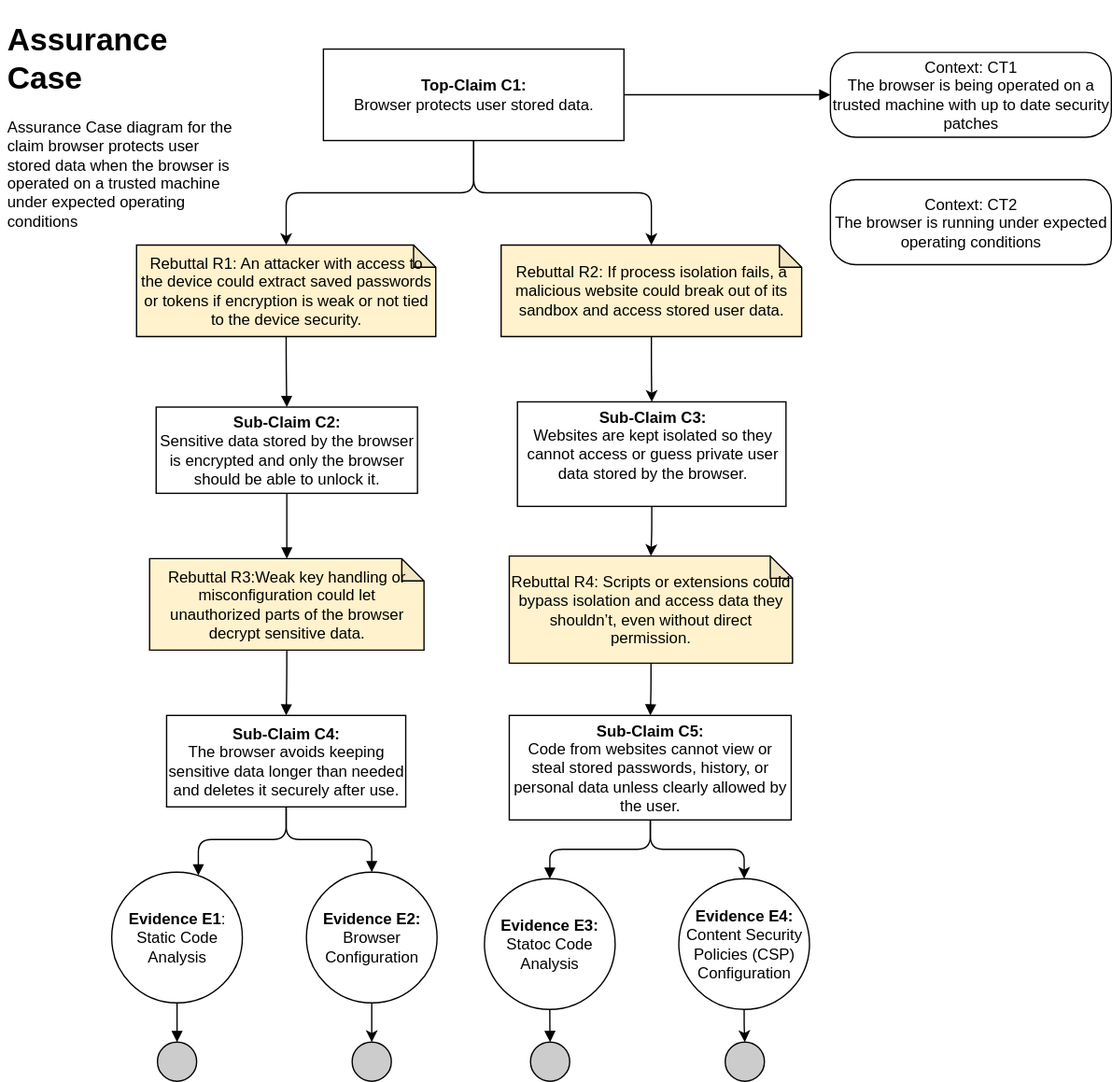
Before: docs/Navigate_URL_Assurance_Case.svg, a diagram exported from draw.io (chauler/CYBR8420-Team5-Project). Source tidied: cells renumbered, new cells last; positions are measured from the earlier drawing's top-left corner, leaving out a move shared by most shapes.
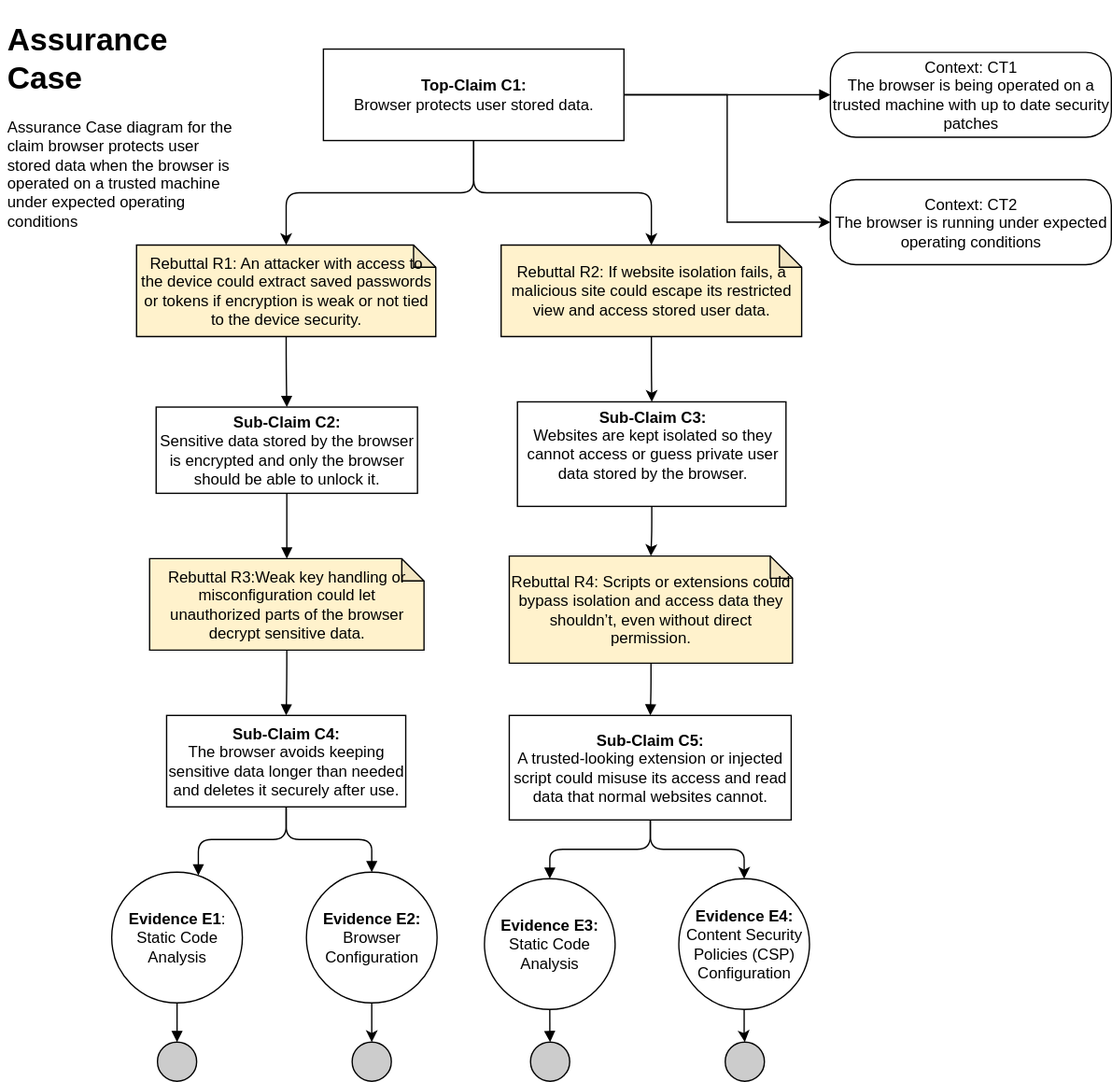
After the commit.

Commit message:
Update diagram based on feedback from Logan

Diff of the diagram source:
```diff
@@ -8,6 +8,9 @@
     <mxCell id="3" style="edgeStyle=orthogonalEdgeStyle;rounded=0;jettySize=auto;html=1;exitX=1;exitY=0.5;exitDx=0;exitDy=0;entryX=0;entryY=0.5;entryDx=0;entryDy=0;endArrow=block;endFill=1;" parent="1" edge="1" source="4" target="5">
       <mxGeometry relative="1" as="geometry" />
     </mxCell>
+    <mxCell id="39" style="edgeStyle=orthogonalEdgeStyle;rounded=0;jettySize=auto;html=1;entryX=0;entryY=0.5;entryDx=0;entryDy=0;" parent="1" edge="1" source="4" target="38">
+      <mxGeometry relative="1" as="geometry" />
+    </mxCell>
     <mxCell id="4" value="&lt;b&gt;Top-Claim C1:&lt;br&gt;&lt;/b&gt;&lt;span&gt;Browser protects user stored data.&lt;/span&gt;" style="rounded=0;whiteSpace=wrap;html=1;" parent="1" vertex="1">
       <mxGeometry x="247" y="27" width="230" height="70" as="geometry" />
     </mxCell>
@@ -53,7 +56,7 @@
     <mxCell id="18" style="edgeStyle=orthogonalEdgeStyle;rounded=1;jettySize=auto;html=1;curved=0;" parent="1" edge="1" source="19" target="36">
       <mxGeometry relative="1" as="geometry" />
     </mxCell>
-    <mxCell id="19" value="&lt;b&gt;Sub-Claim C5:&lt;br&gt;&lt;/b&gt;Code from websites cannot view or steal stored passwords, history, or personal data unless clearly allowed by the user." style="rounded=0;whiteSpace=wrap;html=1;" parent="1" vertex="1">
+    <mxCell id="19" value="&lt;b&gt;Sub-Claim C5:&lt;br&gt;&lt;/b&gt;A trusted-looking extension or injected script could misuse its access and read data that normal websites cannot." style="rounded=0;whiteSpace=wrap;html=1;" parent="1" vertex="1">
       <mxGeometry x="389.2" y="537" width="215.8" height="80" as="geometry" />
     </mxCell>
     <mxCell id="20" style="edgeStyle=orthogonalEdgeStyle;curved=1;rounded=0;jettySize=auto;html=1;entryX=0.5;entryY=0;entryDx=0;entryDy=0;endArrow=block;endFill=1;" parent="1" edge="1" source="21" target="24">
@@ -77,7 +80,7 @@
     <mxCell id="26" style="edgeStyle=orthogonalEdgeStyle;curved=0;rounded=1;jettySize=auto;html=1;entryX=0.5;entryY=0;entryDx=0;entryDy=0;endArrow=block;endFill=1;" parent="1" edge="1" source="27" target="28">
       <mxGeometry relative="1" as="geometry" />
     </mxCell>
-    <mxCell id="27" value="&lt;b&gt;Evidence E3:&lt;/b&gt;&lt;br&gt;Statoc Code Analysis" style="ellipse;whiteSpace=wrap;html=1;fillColor=#ffffff;rounded=0;" parent="1" vertex="1">
+    <mxCell id="27" value="&lt;b&gt;Evidence E3:&lt;/b&gt;&lt;br&gt;Static Code Analysis" style="ellipse;whiteSpace=wrap;html=1;fillColor=#ffffff;rounded=0;" parent="1" vertex="1">
       <mxGeometry x="370.2" y="662" width="100" height="100" as="geometry" />
     </mxCell>
     <mxCell id="28" style="ellipse;whiteSpace=wrap;html=1;fillColor=#CCCCCC;" parent="1" vertex="1">
@@ -86,7 +89,7 @@
     <mxCell id="29" style="edgeStyle=orthogonalEdgeStyle;rounded=1;jettySize=auto;html=1;curved=0;" parent="1" edge="1" source="30" target="32">
       <mxGeometry relative="1" as="geometry" />
     </mxCell>
-    <mxCell id="30" value="Rebuttal R2: If process isolation fails, a malicious website could break out of its sandbox and access stored user data." style="shape=note;whiteSpace=wrap;html=1;backgroundOutline=1;darkOpacity=0.05;size=17;fillColor=#FFF2CC;" parent="1" vertex="1">
+    <mxCell id="30" value="Rebuttal R2: If website isolation fails, a malicious site could escape its restricted view and access stored user data." style="shape=note;whiteSpace=wrap;html=1;backgroundOutline=1;darkOpacity=0.05;size=17;fillColor=#FFF2CC;" parent="1" vertex="1">
       <mxGeometry x="383" y="177" width="230" height="70" as="geometry" />
     </mxCell>
     <mxCell id="31" style="edgeStyle=orthogonalEdgeStyle;rounded=1;jettySize=auto;html=1;entryX=0.5;entryY=0;entryDx=0;entryDy=0;entryPerimeter=0;curved=0;" parent="1" edge="1" source="4" target="30">
```
